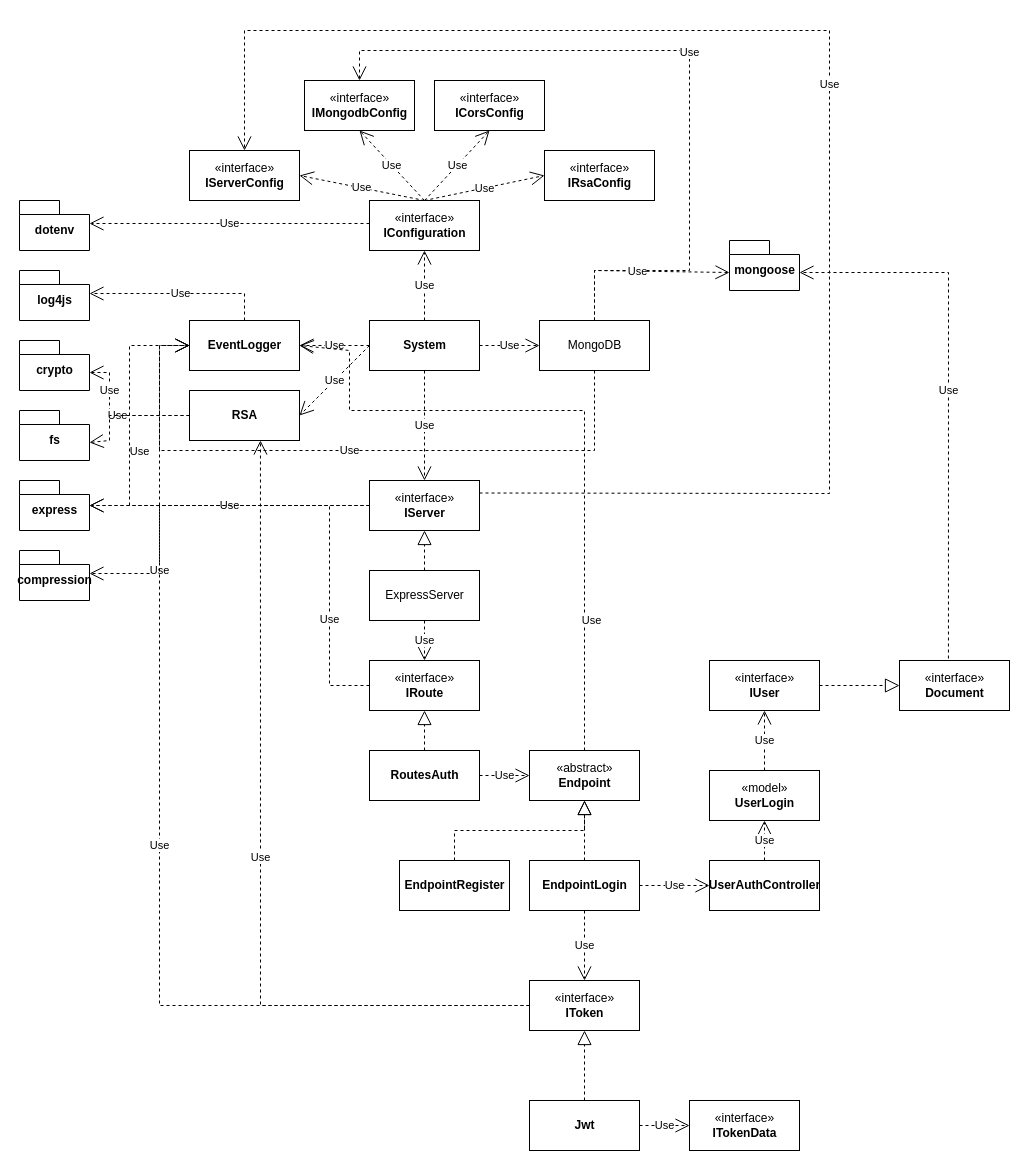
syr0s/todo-backend keeps this draw.io diagram as api-docs/draw.io/architecture.drawio. Above is the earlier version. Source tidied: cells renumbered, new cells numbered last; positions are measured from the earlier drawing's top-left corner, leaving out a move shared by most shapes. Both pictures are drawn from the tidied source at 100%, with x=0, y=0 at pixel (19, 30).
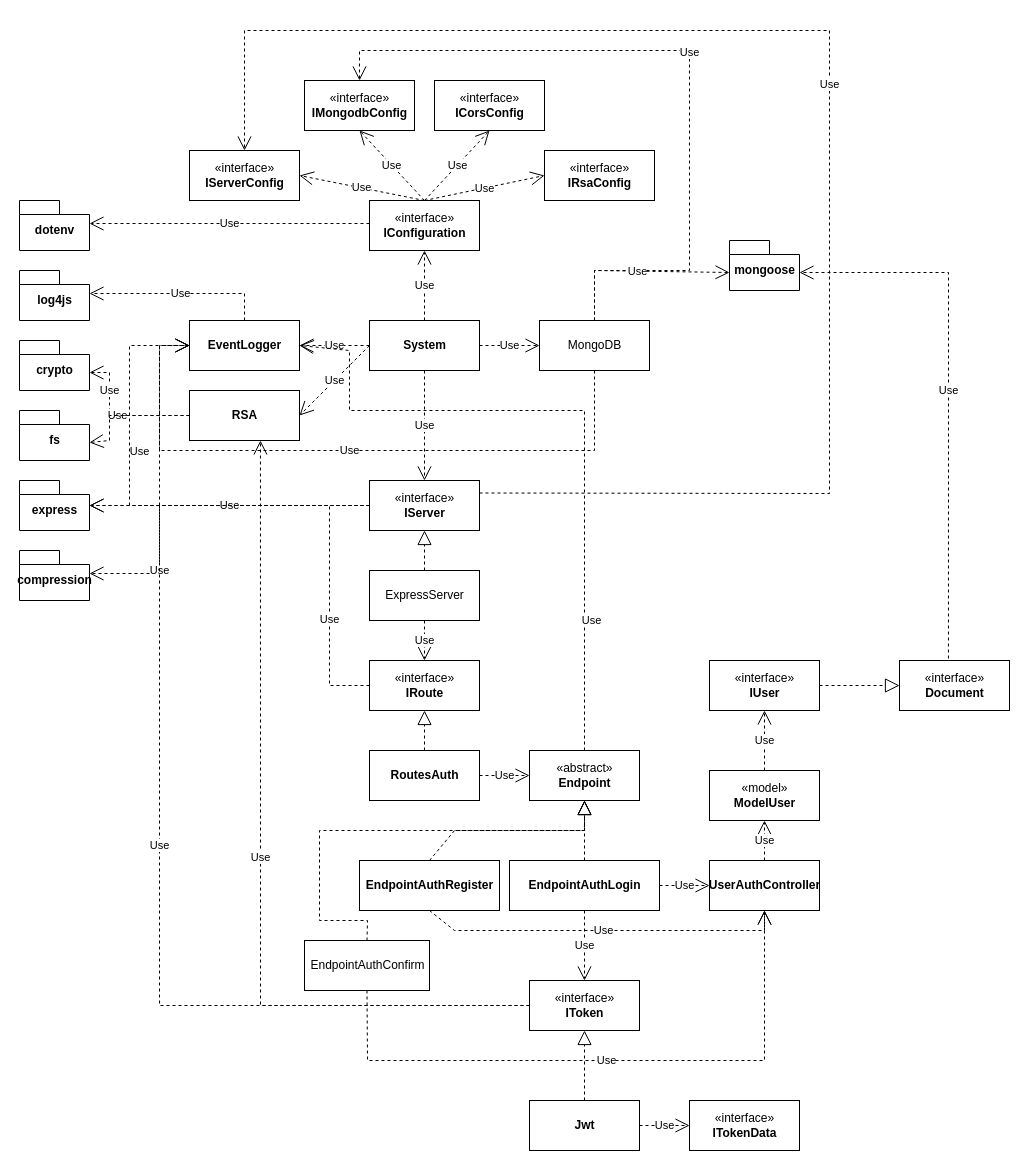
Above is the later version.

Unchanged cells that the change refers to:
```xml
<mxCell id="46" value="«abstract»&lt;br&gt;&lt;b&gt;Endpoint&lt;/b&gt;" style="html=1;" parent="1" vertex="1">
  <mxGeometry x="510" y="720" width="110" height="50" as="geometry" />
</mxCell>
<mxCell id="53" value="UserAuthController" style="html=1;fontStyle=1;" parent="1" vertex="1">
  <mxGeometry x="690" y="830" width="110" height="50" as="geometry" />
</mxCell>
```

What changed in the source:
```diff
@@
-    <mxCell id="47" value="EndpointLogin" style="html=1;fontStyle=1;" parent="1" vertex="1">
-      <mxGeometry x="510" y="830" width="110" height="50" as="geometry" />
+    <mxCell id="47" value="EndpointAuthLogin" style="html=1;fontStyle=1;" parent="1" vertex="1">
+      <mxGeometry x="490" y="830" width="150" height="50" as="geometry" />
     </mxCell>
@@
-    <mxCell id="50" value="EndpointRegister" style="html=1;fontStyle=1;" parent="1" vertex="1">
-      <mxGeometry x="380" y="830" width="110" height="50" as="geometry" />
+    <mxCell id="50" value="EndpointAuthRegister" style="html=1;fontStyle=1;" parent="1" vertex="1">
+      <mxGeometry x="340" y="830" width="140" height="50" as="geometry" />
     </mxCell>
@@
-    <mxCell id="55" value="«model»&lt;br&gt;&lt;b&gt;UserLogin&lt;/b&gt;" style="html=1;" parent="1" vertex="1">
+    <mxCell id="55" value="«model»&lt;br&gt;&lt;b&gt;ModelUser&lt;/b&gt;" style="html=1;" parent="1" vertex="1">
       <mxGeometry x="690" y="740" width="110" height="50" as="geometry" />
     </mxCell>
@@
+    <mxCell id="70" value="Use" style="endArrow=open;endSize=12;dashed=1;html=1;rounded=0;exitX=0.5;exitY=1;exitDx=0;exitDy=0;entryX=0.5;entryY=1;entryDx=0;entryDy=0;" parent="1" edge="1" source="50" target="53">
+      <mxGeometry relative="1" as="geometry">
+        <Array as="points">
+          <mxPoint x="435" y="900" />
+          <mxPoint x="745" y="900" />
+        </Array>
+      </mxGeometry>
+    </mxCell>
+    <mxCell id="71" value="EndpointAuthConfirm" style="html=1;" parent="1" vertex="1">
+      <mxGeometry x="285" y="910" width="125" height="50" as="geometry" />
+    </mxCell>
+    <mxCell id="72" value="Use" style="endArrow=open;endSize=12;dashed=1;html=1;rounded=0;exitX=0.5;exitY=1;exitDx=0;exitDy=0;entryX=0.5;entryY=1;entryDx=0;entryDy=0;" parent="1" edge="1" source="71" target="53">
+      <mxGeometry relative="1" as="geometry">
+        <Array as="points">
+          <mxPoint x="348" y="1030" />
+          <mxPoint x="745" y="1030" />
+        </Array>
+      </mxGeometry>
+    </mxCell>
+    <mxCell id="73" style="endArrow=block;dashed=1;endFill=0;endSize=12;html=1;rounded=0;exitX=0.5;exitY=0;exitDx=0;exitDy=0;entryX=0.5;entryY=1;entryDx=0;entryDy=0;" parent="1" edge="1" source="71" target="46">
+      <mxGeometry relative="1" as="geometry">
+        <Array as="points">
+          <mxPoint x="348" y="890" />
+          <mxPoint x="300" y="890" />
+          <mxPoint x="300" y="800" />
+          <mxPoint x="565" y="800" />
+        </Array>
+      </mxGeometry>
+    </mxCell>
```
